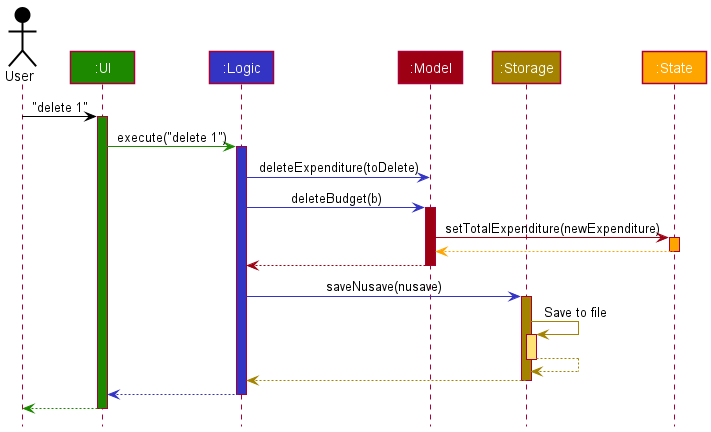
yu-ming-chen/tp keeps this PlantUML diagram as docs/images/ArchitectureSequenceDiagram.png. Above is the earlier version.
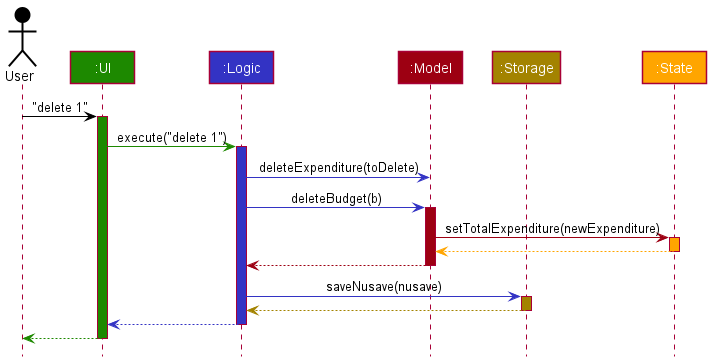
The same diagram one commit later.

Commit message:
Architecture diagram changes

Diff of the diagram source:
```diff
@@ -29,11 +29,6 @@
 logic -[LOGIC_COLOR]> storage : saveNusave(nusave)
 activate storage STORAGE_COLOR
 
-storage -[STORAGE_COLOR]> storage : Save to file
-activate storage STORAGE_COLOR_T1
-storage --[STORAGE_COLOR]> storage
-deactivate storage
-
 storage --[STORAGE_COLOR]> logic
 deactivate storage
 
```
